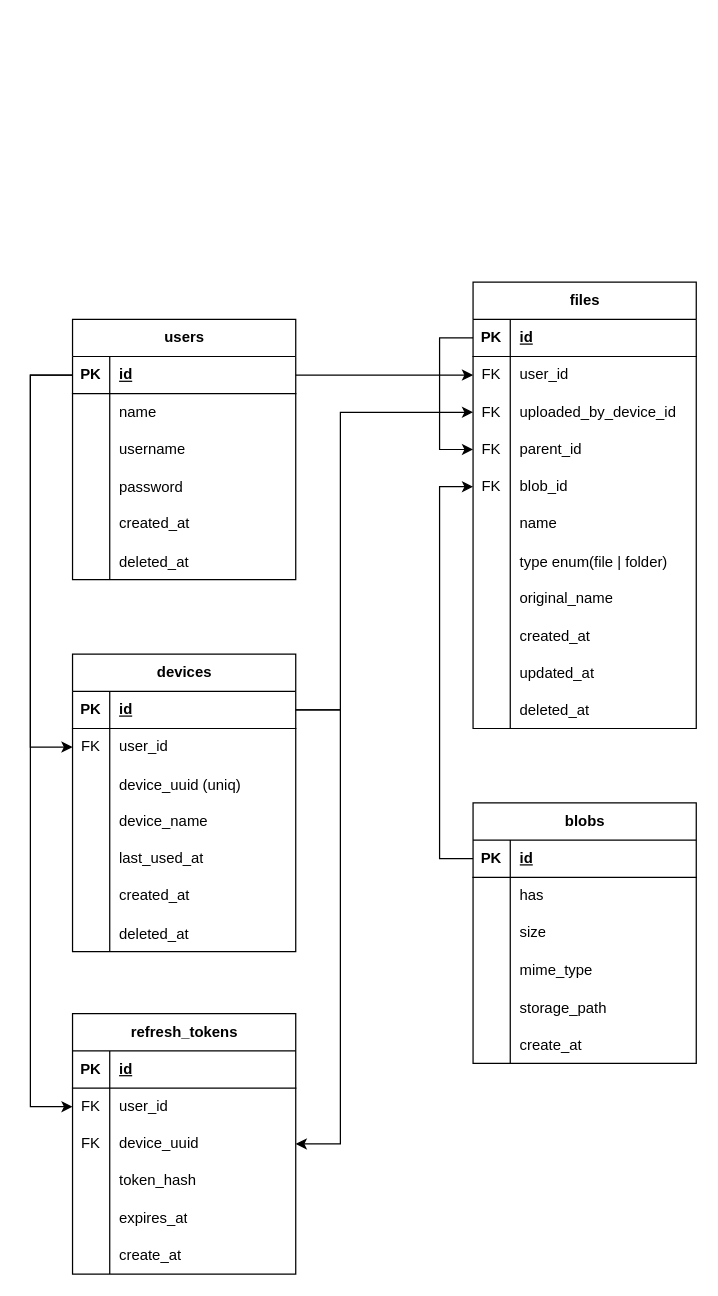
Before: database/db-erd.drawio in Roseedee/LocalDrive-Backend, a draw.io diagram. Source tidied: cells renumbered, new cells numbered last; positions are measured from the earlier drawing's top-left corner, leaving out a move shared by most shapes. Both pictures are drawn from the tidied source at 124%, with x=0, y=0 at pixel (30, 281).
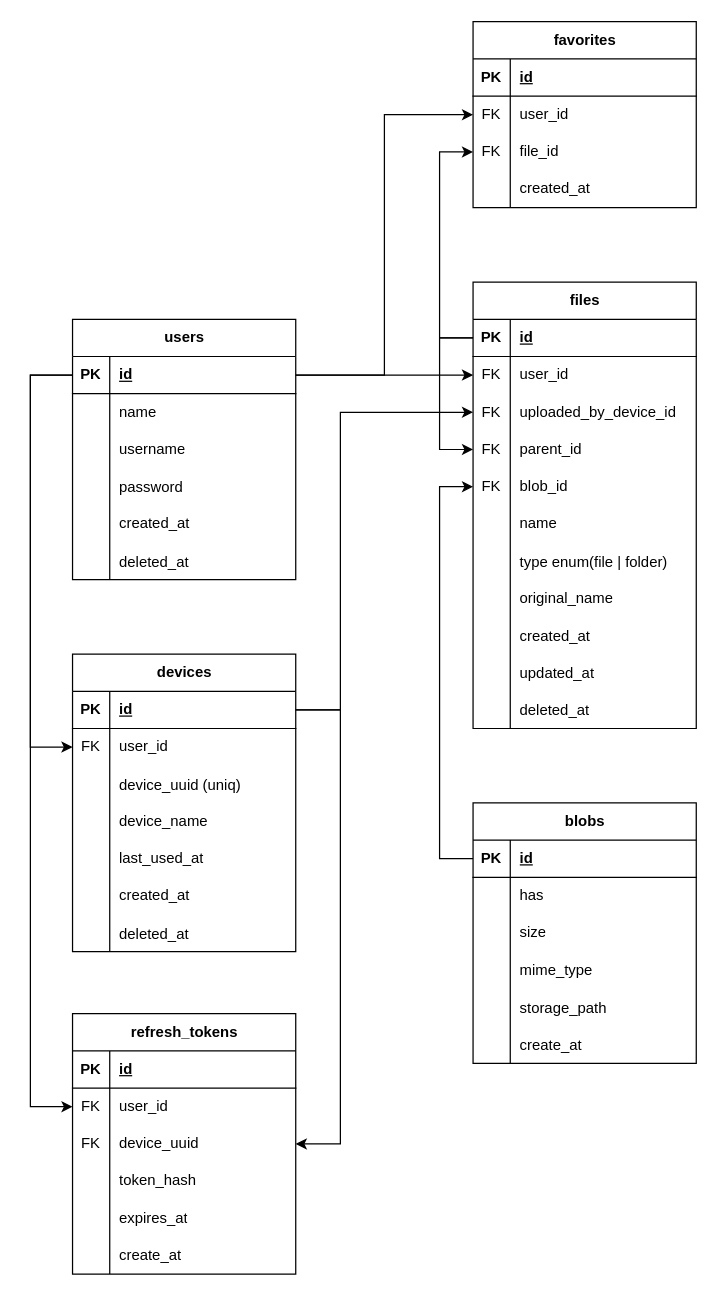
The same page after the edit.

Unchanged cells that the change refers to:
```xml
<mxCell id="4" style="shape=tableRow;horizontal=0;startSize=0;swimlaneHead=0;swimlaneBody=0;fillColor=none;points=[[0,0.5],[1,0.5]];portConstraint=eastwest;top=0;left=0;right=0;bottom=1;" parent="3" vertex="1">
  <mxGeometry y="30" width="180" height="30" as="geometry" />
</mxCell>
<mxCell id="67" style="shape=tableRow;horizontal=0;startSize=0;swimlaneHead=0;swimlaneBody=0;fillColor=none;points=[[0,0.5],[1,0.5]];portConstraint=eastwest;top=0;left=0;right=0;bottom=1;" parent="66" vertex="1">
  <mxGeometry y="30" width="180" height="30" as="geometry" />
</mxCell>
```

What changed in the source:
```diff
@@
+    <mxCell id="122" value="favorites" style="shape=table;startSize=30;childLayout=tableLayout;rowLines=0;fontStyle=1;align=center;html=1;" parent="1" vertex="1">
+      <mxGeometry x="357" y="-210" width="180" height="150" as="geometry" />
+    </mxCell>
+    <mxCell id="123" style="shape=tableRow;horizontal=0;startSize=0;swimlaneHead=0;swimlaneBody=0;fillColor=none;top=0;left=0;right=0;bottom=1;" parent="122" vertex="1">
+      <mxGeometry y="30" width="180" height="30" as="geometry" />
+    </mxCell>
+    <mxCell id="124" value="PK" style="shape=partialRectangle;fillColor=none;top=0;left=0;bottom=0;right=0;fontStyle=1;overflow=hidden;whiteSpace=wrap;html=1;" parent="123" vertex="1">
+      <mxGeometry width="30" height="30" as="geometry" />
+    </mxCell>
+    <mxCell id="125" value="id" style="shape=partialRectangle;fillColor=none;top=0;left=0;bottom=0;right=0;align=left;spacingLeft=6;fontStyle=5;overflow=hidden;whiteSpace=wrap;html=1;" parent="123" vertex="1">
+      <mxGeometry x="30" width="150" height="30" as="geometry" />
+    </mxCell>
+    <mxCell id="126" style="shape=tableRow;horizontal=0;startSize=0;swimlaneHead=0;swimlaneBody=0;fillColor=none;points=[[0,0.5],[1,0.5]];portConstraint=eastwest;top=0;left=0;right=0;bottom=0;" parent="122" vertex="1">
+      <mxGeometry y="60" width="180" height="30" as="geometry" />
+    </mxCell>
+    <mxCell id="127" value="FK" style="shape=partialRectangle;fillColor=none;top=0;left=0;bottom=0;right=0;overflow=hidden;whiteSpace=wrap;html=1;" parent="126" vertex="1">
+      <mxGeometry width="30" height="30" as="geometry" />
+    </mxCell>
+    <mxCell id="128" value="user_id" style="shape=partialRectangle;fillColor=none;top=0;left=0;bottom=0;right=0;align=left;spacingLeft=6;overflow=hidden;whiteSpace=wrap;html=1;" parent="126" vertex="1">
+      <mxGeometry x="30" width="150" height="30" as="geometry" />
+    </mxCell>
+    <mxCell id="129" style="shape=tableRow;horizontal=0;startSize=0;swimlaneHead=0;swimlaneBody=0;fillColor=none;points=[[0,0.5],[1,0.5]];portConstraint=eastwest;top=0;left=0;right=0;bottom=0;" parent="122" vertex="1">
+      <mxGeometry y="90" width="180" height="30" as="geometry" />
+    </mxCell>
+    <mxCell id="130" value="FK" style="shape=partialRectangle;fillColor=none;top=0;left=0;bottom=0;right=0;overflow=hidden;whiteSpace=wrap;html=1;" parent="129" vertex="1">
+      <mxGeometry width="30" height="30" as="geometry" />
+    </mxCell>
+    <mxCell id="131" value="file_id" style="shape=partialRectangle;fillColor=none;top=0;left=0;bottom=0;right=0;align=left;spacingLeft=6;overflow=hidden;whiteSpace=wrap;html=1;" parent="129" vertex="1">
+      <mxGeometry x="30" width="150" height="30" as="geometry" />
+    </mxCell>
+    <mxCell id="132" style="shape=tableRow;horizontal=0;startSize=0;swimlaneHead=0;swimlaneBody=0;fillColor=none;top=0;left=0;right=0;bottom=0;" parent="122" vertex="1">
+      <mxGeometry y="120" width="180" height="30" as="geometry" />
+    </mxCell>
+    <mxCell id="133" style="shape=partialRectangle;fillColor=none;top=0;left=0;bottom=0;right=0;overflow=hidden;whiteSpace=wrap;html=1;" parent="132" vertex="1">
+      <mxGeometry width="30" height="30" as="geometry" />
+    </mxCell>
+    <mxCell id="134" value="created_at" style="shape=partialRectangle;fillColor=none;top=0;left=0;bottom=0;right=0;align=left;spacingLeft=6;overflow=hidden;whiteSpace=wrap;html=1;" parent="132" vertex="1">
+      <mxGeometry x="30" width="150" height="30" as="geometry" />
+    </mxCell>
+    <mxCell id="135" style="edgeStyle=orthogonalEdgeStyle;rounded=0;jettySize=auto;html=1;" parent="1" edge="1" source="67" target="129">
+      <mxGeometry relative="1" as="geometry">
+        <Array as="points">
+          <mxPoint x="330" y="45" />
+          <mxPoint x="330" y="-105" />
+        </Array>
+      </mxGeometry>
+    </mxCell>
+    <mxCell id="136" style="edgeStyle=orthogonalEdgeStyle;rounded=0;jettySize=auto;html=1;" parent="1" edge="1" source="4" target="126">
+      <mxGeometry relative="1" as="geometry" />
+    </mxCell>
```
